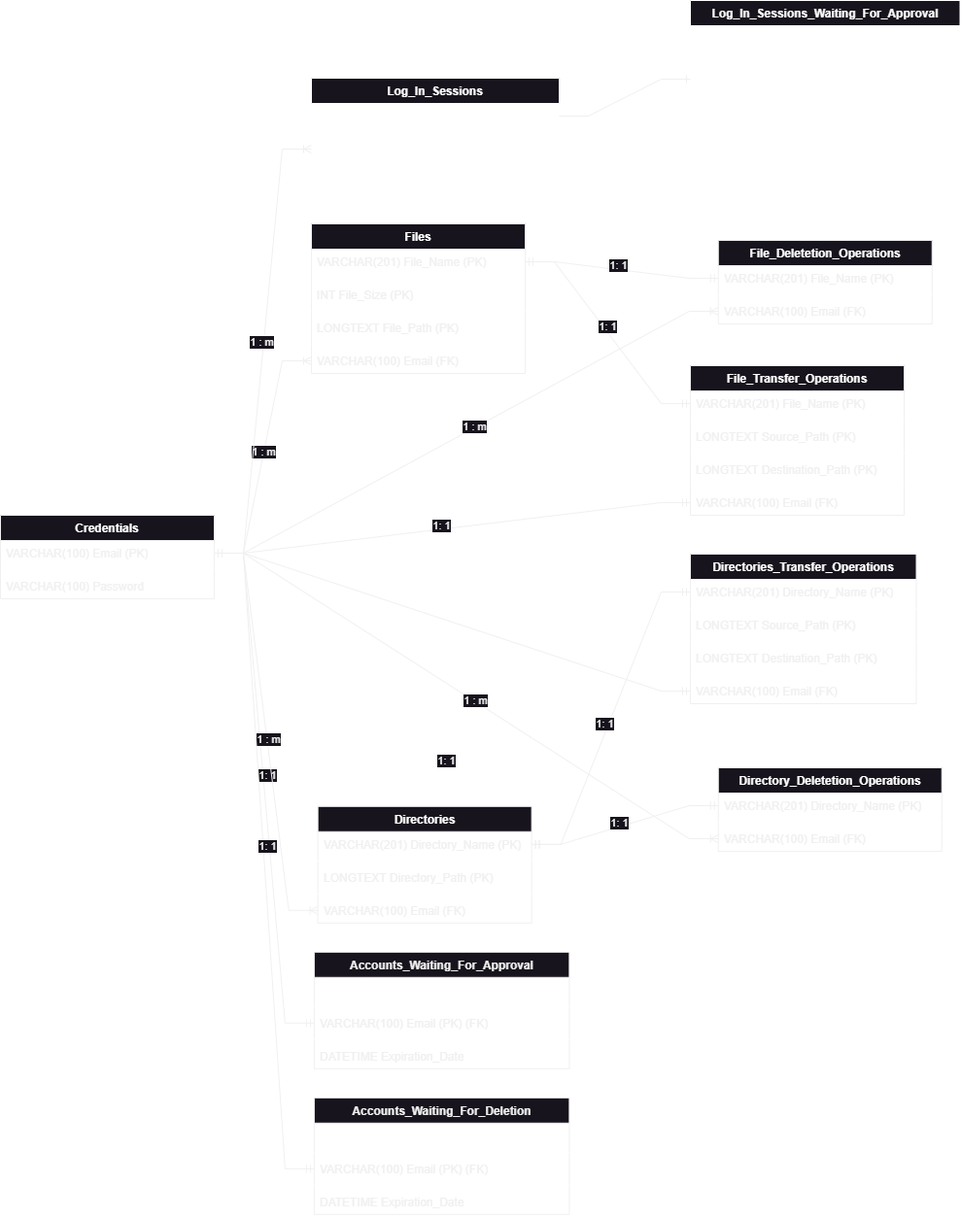
This is ThethaFTP_DB.png from CSharpTeoMan911/ThetaFTP, a draw.io export, as it was before one commit. Source tidied: cells renumbered, new cells last; positions are measured from the earlier drawing's top-left corner, leaving out a move shared by most shapes.
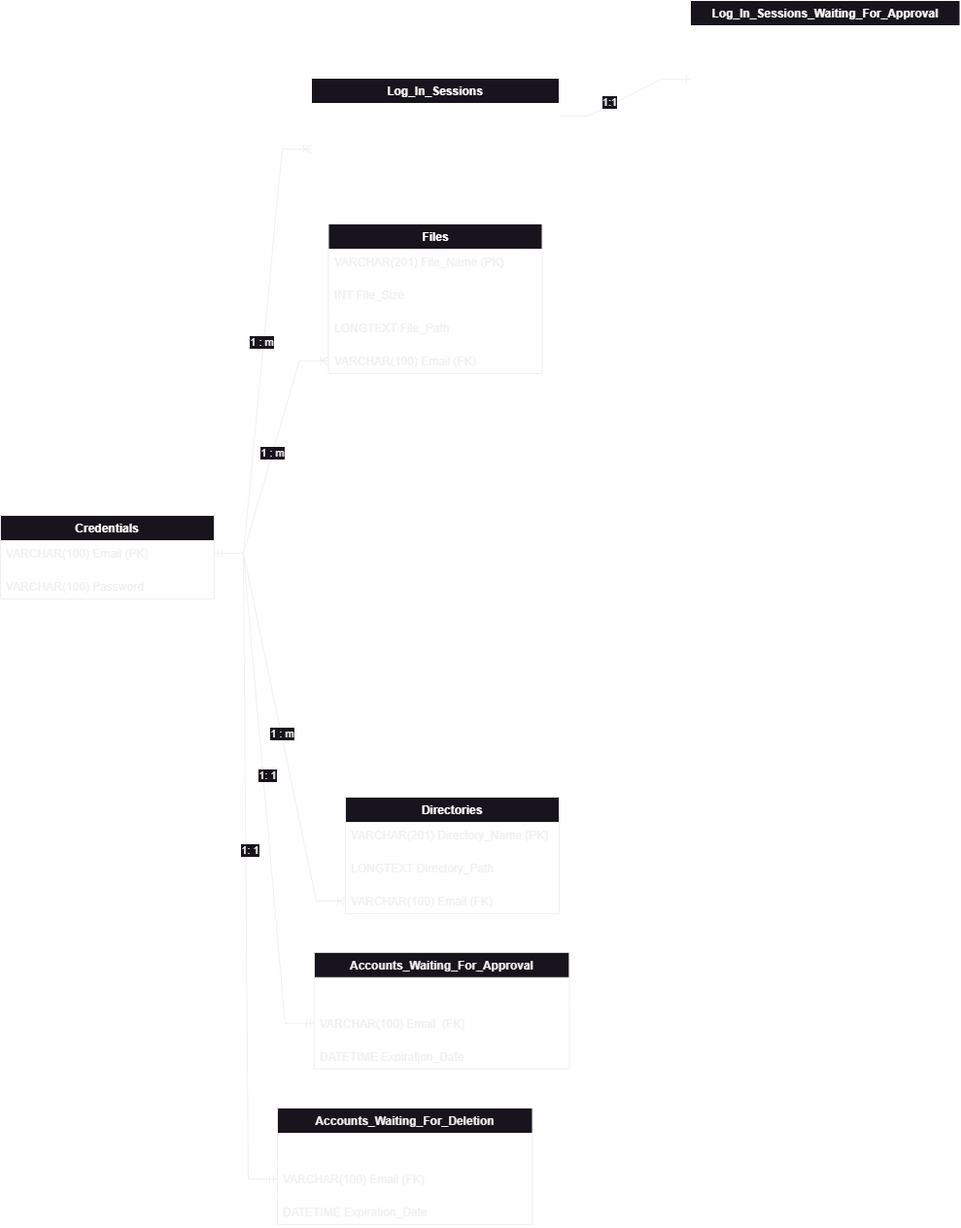
Later version of the same file.

Change to the diagram source:
```diff
@@ -29,7 +29,7 @@
     <mxCell id="10" style="line;strokeWidth=1;fillColor=none;align=left;verticalAlign=middle;spacingTop=-1;spacingLeft=3;spacingRight=3;labelPosition=right;strokeColor=#FFFFFF;" parent="8" vertex="1">
       <mxGeometry y="52" width="262.5" height="8" as="geometry" />
     </mxCell>
-    <mxCell id="11" value="VARCHAR(100) Email (PK) (FK)" style="text;strokeColor=none;fillColor=none;align=left;verticalAlign=top;spacingLeft=4;spacingRight=4;overflow=hidden;points=[[0,0.5],[1,0.5]];portConstraint=eastwest;whiteSpace=wrap;html=1;" parent="8" vertex="1">
+    <mxCell id="11" value="VARCHAR(100) Email&amp;nbsp; (FK)" style="text;strokeColor=none;fillColor=none;align=left;verticalAlign=top;spacingLeft=4;spacingRight=4;overflow=hidden;points=[[0,0.5],[1,0.5]];portConstraint=eastwest;whiteSpace=wrap;html=1;" parent="8" vertex="1">
       <mxGeometry y="60" width="262.5" height="26" as="geometry" />
     </mxCell>
     <mxCell id="12" style="line;strokeWidth=1;fillColor=none;align=left;verticalAlign=middle;spacingTop=-1;spacingLeft=3;spacingRight=3;labelPosition=right;strokeColor=#FFFFFF;" parent="8" vertex="1">
@@ -39,7 +39,7 @@
       <mxGeometry y="94" width="262.5" height="26" as="geometry" />
     </mxCell>
     <mxCell id="14" value="&lt;font color=&quot;#ffffff&quot;&gt;Files&lt;/font&gt;" style="swimlane;fontStyle=1;align=center;verticalAlign=top;horizontal=1;startSize=26;whiteSpace=wrap;html=1;" parent="1" vertex="1">
-      <mxGeometry x="320" y="230" width="220" height="154" as="geometry" />
+      <mxGeometry x="337.5" y="230" width="220" height="154" as="geometry" />
     </mxCell>
     <mxCell id="15" value="VARCHAR(201) File_Name (PK)" style="text;strokeColor=none;fillColor=none;align=left;verticalAlign=top;spacingLeft=4;spacingRight=4;overflow=hidden;points=[[0,0.5],[1,0.5]];portConstraint=eastwest;whiteSpace=wrap;html=1;" parent="14" vertex="1">
       <mxGeometry y="26" width="220" height="26" as="geometry" />
@@ -47,13 +47,13 @@
     <mxCell id="16" style="line;strokeWidth=1;fillColor=none;align=left;verticalAlign=middle;spacingTop=-1;spacingLeft=3;spacingRight=3;labelPosition=right;strokeColor=#FFFFFF;" parent="14" vertex="1">
       <mxGeometry y="52" width="220" height="8" as="geometry" />
     </mxCell>
-    <mxCell id="17" value="INT File_Size (PK)" style="text;strokeColor=none;fillColor=none;align=left;verticalAlign=top;spacingLeft=4;spacingRight=4;overflow=hidden;whiteSpace=wrap;html=1;" parent="14" vertex="1">
+    <mxCell id="17" value="INT File_Size" style="text;strokeColor=none;fillColor=none;align=left;verticalAlign=top;spacingLeft=4;spacingRight=4;overflow=hidden;whiteSpace=wrap;html=1;" parent="14" vertex="1">
       <mxGeometry y="60" width="220" height="26" as="geometry" />
     </mxCell>
     <mxCell id="18" style="line;strokeWidth=1;fillColor=none;align=left;verticalAlign=middle;spacingTop=-1;spacingLeft=3;spacingRight=3;labelPosition=right;strokeColor=#FFFFFF;" parent="14" vertex="1">
       <mxGeometry y="86" width="220" height="8" as="geometry" />
     </mxCell>
-    <mxCell id="19" value="LONGTEXT File_Path (PK)" style="text;strokeColor=none;fillColor=none;align=left;verticalAlign=top;spacingLeft=4;spacingRight=4;overflow=hidden;whiteSpace=wrap;html=1;" parent="14" vertex="1">
+    <mxCell id="19" value="LONGTEXT File_Path&amp;nbsp;" style="text;strokeColor=none;fillColor=none;align=left;verticalAlign=top;spacingLeft=4;spacingRight=4;overflow=hidden;whiteSpace=wrap;html=1;" parent="14" vertex="1">
       <mxGeometry y="94" width="220" height="26" as="geometry" />
     </mxCell>
     <mxCell id="20" style="line;strokeWidth=1;fillColor=none;align=left;verticalAlign=middle;spacingTop=-1;spacingLeft=3;spacingRight=3;labelPosition=right;strokeColor=#FFFFFF;" parent="14" vertex="1">
@@ -122,8 +122,11 @@
         </Array>
       </mxGeometry>
     </mxCell>
+    <mxCell id="96" value="1:1" style="edgeLabel;html=1;align=center;verticalAlign=middle;" parent="39" vertex="1">
+      <mxGeometry x="-0.22" y="3" relative="1" as="geometry" />
+    </mxCell>
     <mxCell id="40" value="&lt;font color=&quot;#ffffff&quot;&gt;Directories&lt;/font&gt;" style="swimlane;fontStyle=1;align=center;verticalAlign=top;horizontal=1;startSize=26;whiteSpace=wrap;html=1;" parent="1" vertex="1">
-      <mxGeometry x="326.6" y="829.8" width="220" height="120" as="geometry" />
+      <mxGeometry x="355" y="820" width="220" height="120" as="geometry" />
     </mxCell>
     <mxCell id="41" value="VARCHAR(201) Directory_Name (PK)" style="text;strokeColor=none;fillColor=none;align=left;verticalAlign=top;spacingLeft=4;spacingRight=4;overflow=hidden;points=[[0,0.5],[1,0.5]];portConstraint=eastwest;whiteSpace=wrap;html=1;" parent="40" vertex="1">
       <mxGeometry y="26" width="220" height="26" as="geometry" />
@@ -131,7 +134,7 @@
     <mxCell id="42" style="line;strokeWidth=1;fillColor=none;align=left;verticalAlign=middle;spacingTop=-1;spacingLeft=3;spacingRight=3;labelPosition=right;strokeColor=#FFFFFF;" parent="40" vertex="1">
       <mxGeometry y="52" width="220" height="8" as="geometry" />
     </mxCell>
-    <mxCell id="43" value="LONGTEXT Directory_Path (PK)" style="text;strokeColor=none;fillColor=none;align=left;verticalAlign=top;spacingLeft=4;spacingRight=4;overflow=hidden;whiteSpace=wrap;html=1;" parent="40" vertex="1">
+    <mxCell id="43" value="LONGTEXT Directory_Path" style="text;strokeColor=none;fillColor=none;align=left;verticalAlign=top;spacingLeft=4;spacingRight=4;overflow=hidden;whiteSpace=wrap;html=1;" parent="40" vertex="1">
       <mxGeometry y="60" width="220" height="26" as="geometry" />
     </mxCell>
     <mxCell id="44" style="line;strokeWidth=1;fillColor=none;align=left;verticalAlign=middle;spacingTop=-1;spacingLeft=3;spacingRight=3;labelPosition=right;strokeColor=#FFFFFF;" parent="40" vertex="1">
@@ -147,7 +150,7 @@
       <mxGeometry x="0.03" y="1" relative="1" as="geometry" />
     </mxCell>
     <mxCell id="48" value="Accounts_Waiting_For_Deletion" style="swimlane;fontStyle=1;align=center;verticalAlign=top;horizontal=1;startSize=26;whiteSpace=wrap;html=1;" parent="1" vertex="1">
-      <mxGeometry x="322.9" y="1129.8" width="262.5" height="120" as="geometry" />
+      <mxGeometry x="285" y="1140" width="262.5" height="120" as="geometry" />
     </mxCell>
     <mxCell id="49" value="VARCHAR(100) Account_Deletion_Code (PK)" style="text;strokeColor=none;fillColor=none;align=left;verticalAlign=top;spacingLeft=4;spacingRight=4;overflow=hidden;whiteSpace=wrap;html=1;fontColor=#FFFFFF;" parent="48" vertex="1">
       <mxGeometry y="26" width="262.5" height="26" as="geometry" />
@@ -155,7 +158,7 @@
     <mxCell id="50" style="line;strokeWidth=1;fillColor=none;align=left;verticalAlign=middle;spacingTop=-1;spacingLeft=3;spacingRight=3;labelPosition=right;strokeColor=#FFFFFF;" parent="48" vertex="1">
       <mxGeometry y="52" width="262.5" height="8" as="geometry" />
     </mxCell>
-    <mxCell id="51" value="VARCHAR(100) Email (PK) (FK)" style="text;strokeColor=none;fillColor=none;align=left;verticalAlign=top;spacingLeft=4;spacingRight=4;overflow=hidden;points=[[0,0.5],[1,0.5]];portConstraint=eastwest;whiteSpace=wrap;html=1;" parent="48" vertex="1">
+    <mxCell id="51" value="VARCHAR(100) Email (FK)" style="text;strokeColor=none;fillColor=none;align=left;verticalAlign=top;spacingLeft=4;spacingRight=4;overflow=hidden;points=[[0,0.5],[1,0.5]];portConstraint=eastwest;whiteSpace=wrap;html=1;" parent="48" vertex="1">
       <mxGeometry y="60" width="262.5" height="26" as="geometry" />
     </mxCell>
     <mxCell id="52" style="line;strokeWidth=1;fillColor=none;align=left;verticalAlign=middle;spacingTop=-1;spacingLeft=3;spacingRight=3;labelPosition=right;strokeColor=#FFFFFF;" parent="48" vertex="1">
@@ -170,127 +173,5 @@
     <mxCell id="55" value="1: 1" style="edgeLabel;html=1;align=center;verticalAlign=middle;" parent="54" vertex="1">
       <mxGeometry x="-0.05" y="4" relative="1" as="geometry" />
     </mxCell>
-    <mxCell id="56" value="&lt;font color=&quot;#ffffff&quot;&gt;File_Transfer_Operations&lt;/font&gt;" style="swimlane;fontStyle=1;align=center;verticalAlign=top;horizontal=1;startSize=26;whiteSpace=wrap;html=1;" parent="1" vertex="1">
-      <mxGeometry x="710" y="376" width="220" height="154" as="geometry" />
-    </mxCell>
-    <mxCell id="57" value="VARCHAR(201) File_Name (PK)" style="text;strokeColor=none;fillColor=none;align=left;verticalAlign=top;spacingLeft=4;spacingRight=4;overflow=hidden;points=[[0,0.5],[1,0.5]];portConstraint=eastwest;whiteSpace=wrap;html=1;" parent="56" vertex="1">
-      <mxGeometry y="26" width="220" height="26" as="geometry" />
-    </mxCell>
-    <mxCell id="58" style="line;strokeWidth=1;fillColor=none;align=left;verticalAlign=middle;spacingTop=-1;spacingLeft=3;spacingRight=3;labelPosition=right;strokeColor=#FFFFFF;" parent="56" vertex="1">
-      <mxGeometry y="52" width="220" height="8" as="geometry" />
-    </mxCell>
-    <mxCell id="59" value="LONGTEXT Source_Path (PK)" style="text;strokeColor=none;fillColor=none;align=left;verticalAlign=top;spacingLeft=4;spacingRight=4;overflow=hidden;whiteSpace=wrap;html=1;" parent="56" vertex="1">
-      <mxGeometry y="60" width="220" height="26" as="geometry" />
-    </mxCell>
-    <mxCell id="60" style="line;strokeWidth=1;fillColor=none;align=left;verticalAlign=middle;spacingTop=-1;spacingLeft=3;spacingRight=3;labelPosition=right;strokeColor=#FFFFFF;" parent="56" vertex="1">
-      <mxGeometry y="86" width="220" height="8" as="geometry" />
-    </mxCell>
-    <mxCell id="61" value="LONGTEXT Destination_Path (PK)" style="text;strokeColor=none;fillColor=none;align=left;verticalAlign=top;spacingLeft=4;spacingRight=4;overflow=hidden;whiteSpace=wrap;html=1;" parent="56" vertex="1">
-      <mxGeometry y="94" width="220" height="26" as="geometry" />
-    </mxCell>
-    <mxCell id="62" style="line;strokeWidth=1;fillColor=none;align=left;verticalAlign=middle;spacingTop=-1;spacingLeft=3;spacingRight=3;labelPosition=right;strokeColor=#FFFFFF;" parent="56" vertex="1">
-      <mxGeometry y="120" width="220" height="8" as="geometry" />
-    </mxCell>
-    <mxCell id="63" value="VARCHAR(100) Email (FK)" style="text;strokeColor=none;fillColor=none;align=left;verticalAlign=top;spacingLeft=4;spacingRight=4;overflow=hidden;points=[[0,0.5],[1,0.5]];portConstraint=eastwest;whiteSpace=wrap;html=1;" parent="56" vertex="1">
-      <mxGeometry y="128" width="220" height="26" as="geometry" />
-    </mxCell>
-    <mxCell id="64" value="&lt;font color=&quot;#ffffff&quot;&gt;Directories_Transfer_Operations&lt;/font&gt;" style="swimlane;fontStyle=1;align=center;verticalAlign=top;horizontal=1;startSize=26;whiteSpace=wrap;html=1;" parent="1" vertex="1">
-      <mxGeometry x="710" y="570" width="232.5" height="154" as="geometry" />
-    </mxCell>
-    <mxCell id="65" value="VARCHAR(201) Directory_Name (PK)" style="text;strokeColor=none;fillColor=none;align=left;verticalAlign=top;spacingLeft=4;spacingRight=4;overflow=hidden;points=[[0,0.5],[1,0.5]];portConstraint=eastwest;whiteSpace=wrap;html=1;" parent="64" vertex="1">
-      <mxGeometry y="26" width="232.5" height="26" as="geometry" />
-    </mxCell>
-    <mxCell id="66" style="line;strokeWidth=1;fillColor=none;align=left;verticalAlign=middle;spacingTop=-1;spacingLeft=3;spacingRight=3;labelPosition=right;strokeColor=#FFFFFF;" parent="64" vertex="1">
-      <mxGeometry y="52" width="232.5" height="8" as="geometry" />
-    </mxCell>
-    <mxCell id="67" value="LONGTEXT Source_Path (PK)" style="text;strokeColor=none;fillColor=none;align=left;verticalAlign=top;spacingLeft=4;spacingRight=4;overflow=hidden;whiteSpace=wrap;html=1;" parent="64" vertex="1">
-      <mxGeometry y="60" width="232.5" height="26" as="geometry" />
-    </mxCell>
-    <mxCell id="68" style="line;strokeWidth=1;fillColor=none;align=left;verticalAlign=middle;spacingTop=-1;spacingLeft=3;spacingRight=3;labelPosition=right;strokeColor=#FFFFFF;" parent="64" vertex="1">
-      <mxGeometry y="86" width="232.5" height="8" as="geometry" />
-    </mxCell>
-    <mxCell id="69" value="LONGTEXT Destination_Path (PK)" style="text;strokeColor=none;fillColor=none;align=left;verticalAlign=top;spacingLeft=4;spacingRight=4;overflow=hidden;whiteSpace=wrap;html=1;" parent="64" vertex="1">
-      <mxGeometry y="94" width="232.5" height="26" as="geometry" />
-    </mxCell>
-    <mxCell id="70" style="line;strokeWidth=1;fillColor=none;align=left;verticalAlign=middle;spacingTop=-1;spacingLeft=3;spacingRight=3;labelPosition=right;strokeColor=#FFFFFF;" parent="64" vertex="1">
-      <mxGeometry y="120" width="232.5" height="8" as="geometry" />
-    </mxCell>
-    <mxCell id="71" value="VARCHAR(100) Email (FK)" style="text;strokeColor=none;fillColor=none;align=left;verticalAlign=top;spacingLeft=4;spacingRight=4;overflow=hidden;points=[[0,0.5],[1,0.5]];portConstraint=eastwest;whiteSpace=wrap;html=1;" parent="64" vertex="1">
-      <mxGeometry y="128" width="232.5" height="26" as="geometry" />
-    </mxCell>
-    <mxCell id="72" style="edgeStyle=entityRelationEdgeStyle;fontSize=12;html=1;endArrow=ERmandOne;startArrow=ERmandOne;rounded=0;entryX=0;entryY=0.5;entryDx=0;entryDy=0;exitX=1;exitY=0.5;exitDx=0;exitDy=0;" parent="1" edge="1" source="41" target="65">
-      <mxGeometry relative="1" as="geometry" />
-    </mxCell>
-    <mxCell id="73" value="1: 1" style="edgeLabel;html=1;align=center;verticalAlign=middle;" parent="72" vertex="1">
-      <mxGeometry x="-0.05" y="4" relative="1" as="geometry" />
-    </mxCell>
-    <mxCell id="74" style="edgeStyle=entityRelationEdgeStyle;fontSize=12;html=1;endArrow=ERmandOne;startArrow=ERmandOne;rounded=0;entryX=0;entryY=0.5;entryDx=0;entryDy=0;exitX=1;exitY=0.5;exitDx=0;exitDy=0;" parent="1" edge="1" source="15" target="57">
-      <mxGeometry relative="1" as="geometry" />
-    </mxCell>
-    <mxCell id="75" value="1: 1" style="edgeLabel;html=1;align=center;verticalAlign=middle;" parent="74" vertex="1">
-      <mxGeometry x="-0.05" y="4" relative="1" as="geometry" />
-    </mxCell>
-    <mxCell id="76" style="edgeStyle=entityRelationEdgeStyle;fontSize=12;html=1;endArrow=ERmandOne;startArrow=ERmandOne;rounded=0;entryX=0;entryY=0.5;entryDx=0;entryDy=0;exitX=1;exitY=0.5;exitDx=0;exitDy=0;" parent="1" edge="1" source="29" target="63">
-      <mxGeometry relative="1" as="geometry" />
-    </mxCell>
-    <mxCell id="77" value="1: 1" style="edgeLabel;html=1;align=center;verticalAlign=middle;" parent="76" vertex="1">
-      <mxGeometry x="-0.05" y="4" relative="1" as="geometry" />
-    </mxCell>
-    <mxCell id="78" style="edgeStyle=entityRelationEdgeStyle;fontSize=12;html=1;endArrow=ERmandOne;startArrow=ERmandOne;rounded=0;entryX=0;entryY=0.5;entryDx=0;entryDy=0;exitX=1;exitY=0.5;exitDx=0;exitDy=0;" parent="1" edge="1" source="29" target="71">
-      <mxGeometry relative="1" as="geometry" />
-    </mxCell>
-    <mxCell id="79" value="1: 1" style="edgeLabel;html=1;align=center;verticalAlign=middle;" parent="78" vertex="1">
-      <mxGeometry x="-0.05" y="4" relative="1" as="geometry">
-        <mxPoint x="3" y="150" as="offset" />
-      </mxGeometry>
-    </mxCell>
-    <mxCell id="80" value="&lt;font color=&quot;#ffffff&quot;&gt;File_Deletetion_Operations&lt;/font&gt;" style="swimlane;fontStyle=1;align=center;verticalAlign=top;horizontal=1;startSize=26;whiteSpace=wrap;html=1;" parent="1" vertex="1">
-      <mxGeometry x="738.8" y="247" width="220" height="86" as="geometry" />
-    </mxCell>
-    <mxCell id="81" value="VARCHAR(201) File_Name (PK)" style="text;strokeColor=none;fillColor=none;align=left;verticalAlign=top;spacingLeft=4;spacingRight=4;overflow=hidden;points=[[0,0.5],[1,0.5]];portConstraint=eastwest;whiteSpace=wrap;html=1;" parent="80" vertex="1">
-      <mxGeometry y="26" width="220" height="26" as="geometry" />
-    </mxCell>
-    <mxCell id="82" style="line;strokeWidth=1;fillColor=none;align=left;verticalAlign=middle;spacingTop=-1;spacingLeft=3;spacingRight=3;labelPosition=right;strokeColor=#FFFFFF;" parent="80" vertex="1">
-      <mxGeometry y="52" width="220" height="8" as="geometry" />
-    </mxCell>
-    <mxCell id="83" value="VARCHAR(100) Email (FK)" style="text;strokeColor=none;fillColor=none;align=left;verticalAlign=top;spacingLeft=4;spacingRight=4;overflow=hidden;points=[[0,0.5],[1,0.5]];portConstraint=eastwest;whiteSpace=wrap;html=1;" parent="80" vertex="1">
-      <mxGeometry y="60" width="220" height="26" as="geometry" />
-    </mxCell>
-    <mxCell id="84" value="&lt;span style=&quot;color: rgb(255, 255, 255);&quot;&gt;Directory_Deletetion_Operations&lt;/span&gt;" style="swimlane;fontStyle=1;align=center;verticalAlign=top;horizontal=1;startSize=26;whiteSpace=wrap;html=1;" parent="1" vertex="1">
-      <mxGeometry x="738.8" y="790" width="230" height="86" as="geometry" />
-    </mxCell>
-    <mxCell id="85" value="VARCHAR(201) Directory_Name (PK)" style="text;strokeColor=none;fillColor=none;align=left;verticalAlign=top;spacingLeft=4;spacingRight=4;overflow=hidden;points=[[0,0.5],[1,0.5]];portConstraint=eastwest;whiteSpace=wrap;html=1;" parent="84" vertex="1">
-      <mxGeometry y="26" width="230" height="26" as="geometry" />
-    </mxCell>
-    <mxCell id="86" style="line;strokeWidth=1;fillColor=none;align=left;verticalAlign=middle;spacingTop=-1;spacingLeft=3;spacingRight=3;labelPosition=right;strokeColor=#FFFFFF;" parent="84" vertex="1">
-      <mxGeometry y="52" width="230" height="8" as="geometry" />
-    </mxCell>
-    <mxCell id="87" value="VARCHAR(100) Email (FK)" style="text;strokeColor=none;fillColor=none;align=left;verticalAlign=top;spacingLeft=4;spacingRight=4;overflow=hidden;points=[[0,0.5],[1,0.5]];portConstraint=eastwest;whiteSpace=wrap;html=1;" parent="84" vertex="1">
-      <mxGeometry y="60" width="230" height="26" as="geometry" />
-    </mxCell>
-    <mxCell id="88" style="edgeStyle=entityRelationEdgeStyle;fontSize=12;html=1;endArrow=ERmandOne;startArrow=ERmandOne;rounded=0;entryX=0;entryY=0.5;entryDx=0;entryDy=0;exitX=1;exitY=0.5;exitDx=0;exitDy=0;" parent="1" edge="1" source="15" target="81">
-      <mxGeometry relative="1" as="geometry" />
-    </mxCell>
-    <mxCell id="89" value="1: 1" style="edgeLabel;html=1;align=center;verticalAlign=middle;" parent="88" vertex="1">
-      <mxGeometry x="-0.05" y="4" relative="1" as="geometry" />
-    </mxCell>
-    <mxCell id="90" style="edgeStyle=entityRelationEdgeStyle;fontSize=12;html=1;endArrow=ERmandOne;startArrow=ERmandOne;rounded=0;entryX=0;entryY=0.5;entryDx=0;entryDy=0;exitX=1;exitY=0.5;exitDx=0;exitDy=0;" parent="1" edge="1" source="41" target="85">
-      <mxGeometry relative="1" as="geometry" />
-    </mxCell>
-    <mxCell id="91" value="1: 1" style="edgeLabel;html=1;align=center;verticalAlign=middle;" parent="90" vertex="1">
-      <mxGeometry x="-0.05" y="4" relative="1" as="geometry" />
-    </mxCell>
-    <mxCell id="92" style="edgeStyle=entityRelationEdgeStyle;fontSize=12;html=1;endArrow=ERoneToMany;rounded=0;exitX=1;exitY=0.5;exitDx=0;exitDy=0;" parent="1" edge="1" source="29" target="83">
-      <mxGeometry relative="1" as="geometry" />
-    </mxCell>
-    <mxCell id="93" value="1 : m" style="edgeLabel;html=1;align=center;verticalAlign=middle;" parent="92" vertex="1">
-      <mxGeometry x="0.03" y="1" relative="1" as="geometry" />
-    </mxCell>
-    <mxCell id="94" style="edgeStyle=entityRelationEdgeStyle;fontSize=12;html=1;endArrow=ERoneToMany;rounded=0;exitX=1;exitY=0.5;exitDx=0;exitDy=0;entryX=0;entryY=0.5;entryDx=0;entryDy=0;" parent="1" edge="1" source="29" target="87">
-      <mxGeometry relative="1" as="geometry" />
-    </mxCell>
-    <mxCell id="95" value="1 : m" style="edgeLabel;html=1;align=center;verticalAlign=middle;" parent="94" vertex="1">
-      <mxGeometry x="0.03" y="1" relative="1" as="geometry" />
-    </mxCell>
   </root>
 </mxGraphModel>
```
